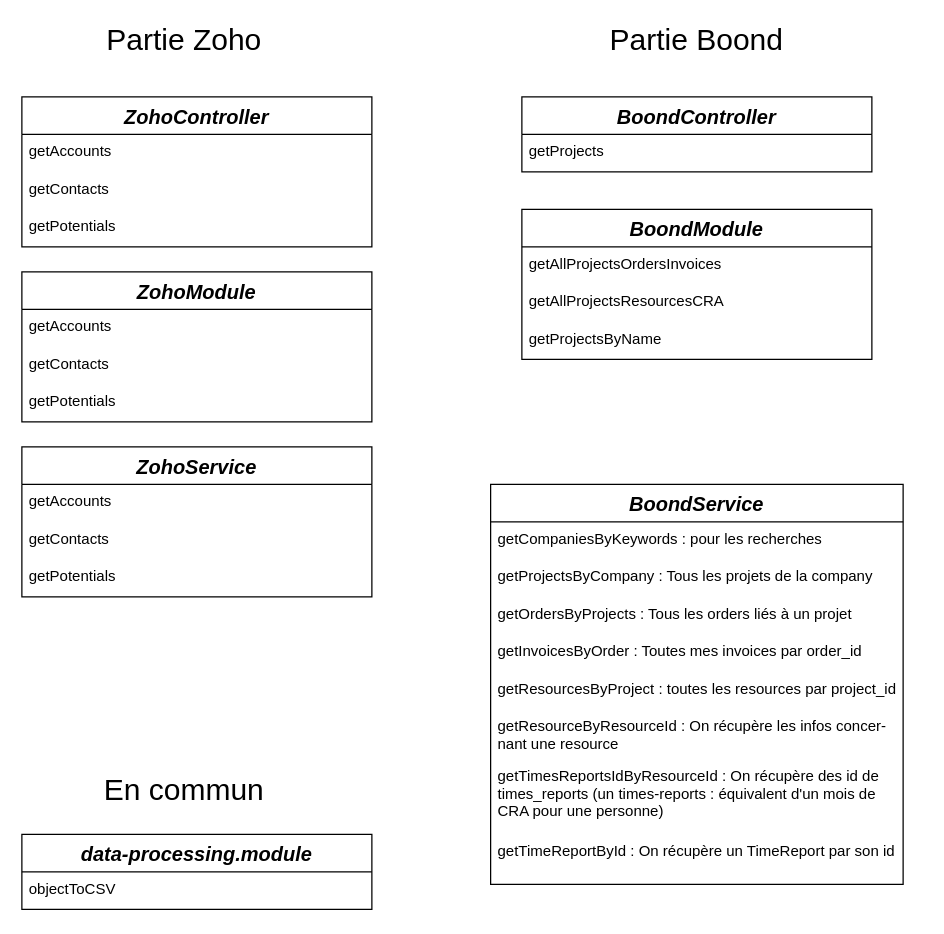
the-next-dimitri/documentation-ROBI keeps this draw.io diagram as page "diagramme_classes" (3 of 6) of diagrams/Routes & Classes.drawio. Above is the earlier version. Source tidied: cells renumbered, new cells numbered last; positions are measured from the earlier drawing's top-left corner, leaving out a move shared by most shapes. Both pictures are drawn from the tidied source at 125%, with x=0, y=0 at pixel (21, 21).
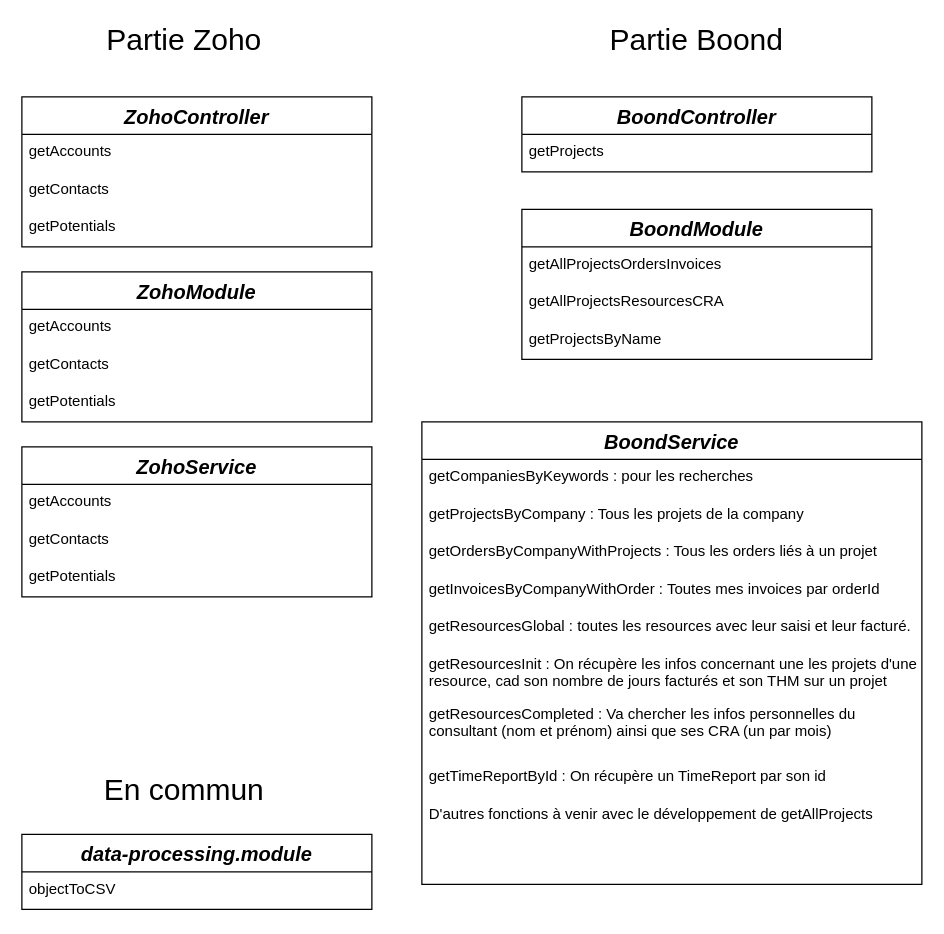
The same diagram, later.

Diff of the diagram source:
```diff
@@
     <mxCell id="20" value="BoondService" style="swimlane;fontStyle=3;align=center;verticalAlign=top;horizontal=1;startSize=30;rounded=0;shadow=0;strokeWidth=1;fontSize=16;" parent="1" vertex="1">
-      <mxGeometry x="375" y="370" width="330" height="320" as="geometry" />
+      <mxGeometry x="320" y="320" width="400" height="370" as="geometry" />
     </mxCell>
     <mxCell id="21" value="getCompaniesByKeywords : pour les recherches" style="text;align=left;verticalAlign=top;spacingLeft=4;spacingRight=4;overflow=hidden;rounded=0;shadow=0;html=0;fontSize=12;" parent="20" vertex="1">
-      <mxGeometry y="30" width="330" height="30" as="geometry" />
+      <mxGeometry y="30" width="400" height="30" as="geometry" />
     </mxCell>
     <mxCell id="22" value="getProjectsByCompany : Tous les projets de la company" style="text;align=left;verticalAlign=top;spacingLeft=4;spacingRight=4;overflow=hidden;rounded=0;shadow=0;html=0;fontSize=12;" parent="20" vertex="1">
-      <mxGeometry y="60" width="330" height="30" as="geometry" />
+      <mxGeometry y="60" width="400" height="30" as="geometry" />
     </mxCell>
-    <mxCell id="23" value="getOrdersByProjects : Tous les orders liés à un projet" style="text;align=left;verticalAlign=top;spacingLeft=4;spacingRight=4;overflow=hidden;rounded=0;shadow=0;html=0;fontSize=12;" parent="20" vertex="1">
-      <mxGeometry y="90" width="330" height="30" as="geometry" />
+    <mxCell id="23" value="getOrdersByCompanyWithProjects : Tous les orders liés à un projet" style="text;align=left;verticalAlign=top;spacingLeft=4;spacingRight=4;overflow=hidden;rounded=0;shadow=0;html=0;fontSize=12;" parent="20" vertex="1">
+      <mxGeometry y="90" width="400" height="30" as="geometry" />
     </mxCell>
-    <mxCell id="24" value="getInvoicesByOrder : Toutes mes invoices par order_id" style="text;align=left;verticalAlign=top;spacingLeft=4;spacingRight=4;overflow=hidden;rounded=0;shadow=0;html=0;fontSize=12;" parent="20" vertex="1">
-      <mxGeometry y="120" width="330" height="30" as="geometry" />
+    <mxCell id="24" value="getInvoicesByCompanyWithOrder : Toutes mes invoices par orderId" style="text;align=left;verticalAlign=top;spacingLeft=4;spacingRight=4;overflow=hidden;rounded=0;shadow=0;html=0;fontSize=12;" parent="20" vertex="1">
+      <mxGeometry y="120" width="400" height="30" as="geometry" />
     </mxCell>
-    <mxCell id="25" value="getResourcesByProject : toutes les resources par project_id" style="text;align=left;verticalAlign=top;spacingLeft=4;spacingRight=4;overflow=hidden;rounded=0;shadow=0;html=0;fontSize=12;" parent="20" vertex="1">
-      <mxGeometry y="150" width="330" height="30" as="geometry" />
+    <mxCell id="25" value="getResourcesGlobal : toutes les resources avec leur saisi et leur facturé." style="text;align=left;verticalAlign=top;spacingLeft=4;spacingRight=4;overflow=hidden;rounded=0;shadow=0;html=0;fontSize=12;" parent="20" vertex="1">
+      <mxGeometry y="150" width="400" height="30" as="geometry" />
     </mxCell>
-    <mxCell id="26" value="getResourceByResourceId : On récupère les infos concer-&#10;nant une resource" style="text;align=left;verticalAlign=top;spacingLeft=4;spacingRight=4;overflow=hidden;rounded=0;shadow=0;html=0;fontSize=12;" parent="20" vertex="1">
-      <mxGeometry y="180" width="330" height="40" as="geometry" />
+    <mxCell id="26" value="getResourcesInit : On récupère les infos concernant une les projets d'une &#10;resource, cad son nombre de jours facturés et son THM sur un projet" style="text;align=left;verticalAlign=top;spacingLeft=4;spacingRight=4;overflow=hidden;rounded=0;shadow=0;html=0;fontSize=12;" parent="20" vertex="1">
+      <mxGeometry y="180" width="400" height="40" as="geometry" />
     </mxCell>
-    <mxCell id="27" value="getTimesReportsIdByResourceId : On récupère des id de&#10;times_reports (un times-reports : équivalent d'un mois de &#10;CRA pour une personne)" style="text;align=left;verticalAlign=top;spacingLeft=4;spacingRight=4;overflow=hidden;rounded=0;shadow=0;html=0;fontSize=12;" parent="20" vertex="1">
-      <mxGeometry y="220" width="330" height="60" as="geometry" />
+    <mxCell id="27" value="getResourcesCompleted : Va chercher les infos personnelles du &#10;consultant (nom et prénom) ainsi que ses CRA (un par mois)" style="text;align=left;verticalAlign=top;spacingLeft=4;spacingRight=4;overflow=hidden;rounded=0;shadow=0;html=0;fontSize=12;" parent="20" vertex="1">
+      <mxGeometry y="220" width="400" height="50" as="geometry" />
     </mxCell>
     <mxCell id="28" value="getTimeReportById : On récupère un TimeReport par son id" style="text;align=left;verticalAlign=top;spacingLeft=4;spacingRight=4;overflow=hidden;rounded=0;shadow=0;html=0;fontSize=12;" parent="20" vertex="1">
-      <mxGeometry y="280" width="330" height="30" as="geometry" />
+      <mxGeometry y="270" width="400" height="30" as="geometry" />
     </mxCell>
+    <mxCell id="34" value="D'autres fonctions à venir avec le développement de getAllProjects" style="text;align=left;verticalAlign=top;spacingLeft=4;spacingRight=4;overflow=hidden;rounded=0;shadow=0;html=0;fontSize=12;" parent="20" vertex="1">
+      <mxGeometry y="300" width="400" height="30" as="geometry" />
+    </mxCell>
```
